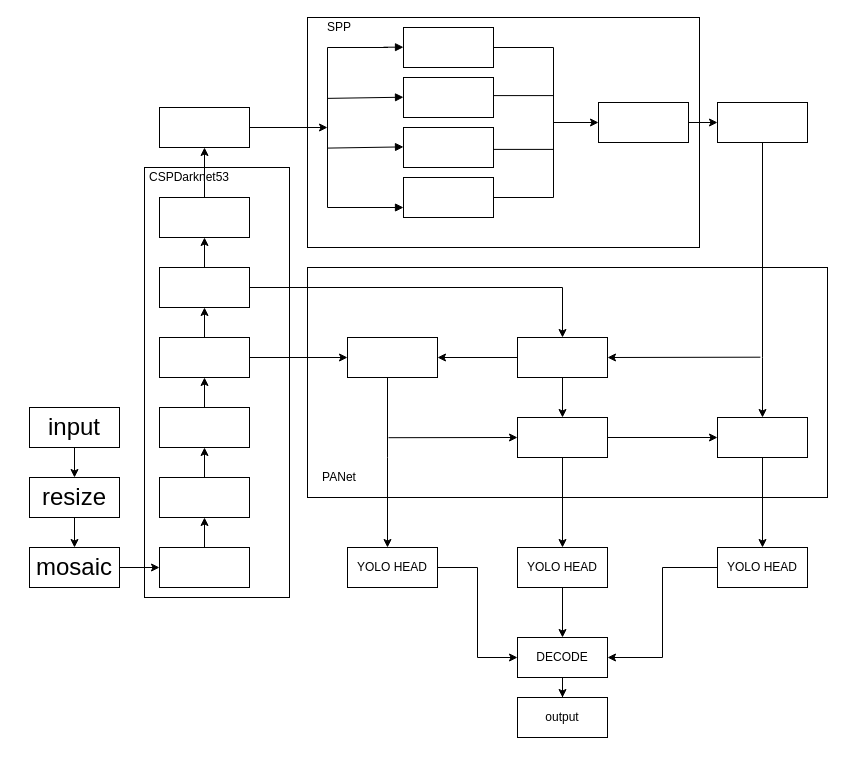
This is page "第 2 页" (3 of 4) of Untitled Diagram.drawio from RyougiShki/hhhh, a draw.io file, before an edit. Source tidied: cells renumbered, new cells numbered last; positions are measured from the earlier drawing's top-left corner, leaving out a move shared by most shapes. Both pictures are drawn from the tidied source at 100%, with x=0, y=0 at pixel (29, 17).
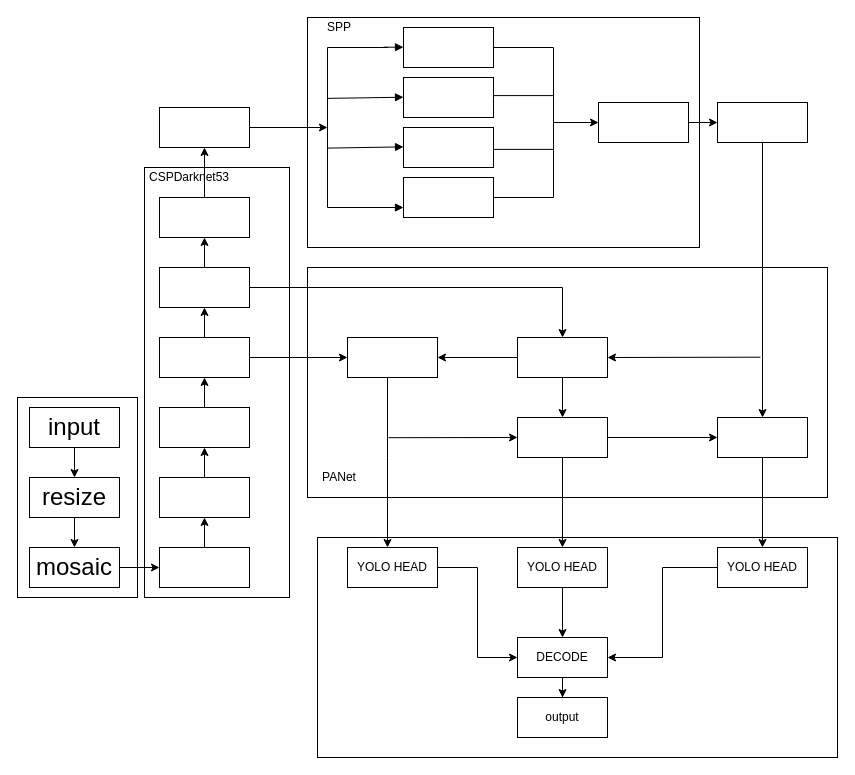
After the change.

Change to the diagram source:
```diff
@@
+    <mxCell id="67" style="rounded=0;whiteSpace=wrap;html=1;" parent="1" vertex="1">
+      <mxGeometry x="288" y="520" width="520" height="220" as="geometry" />
+    </mxCell>
+    <mxCell id="68" style="rounded=0;whiteSpace=wrap;html=1;" parent="1" vertex="1">
+      <mxGeometry x="-12" y="380" width="120" height="200" as="geometry" />
+    </mxCell>
```
